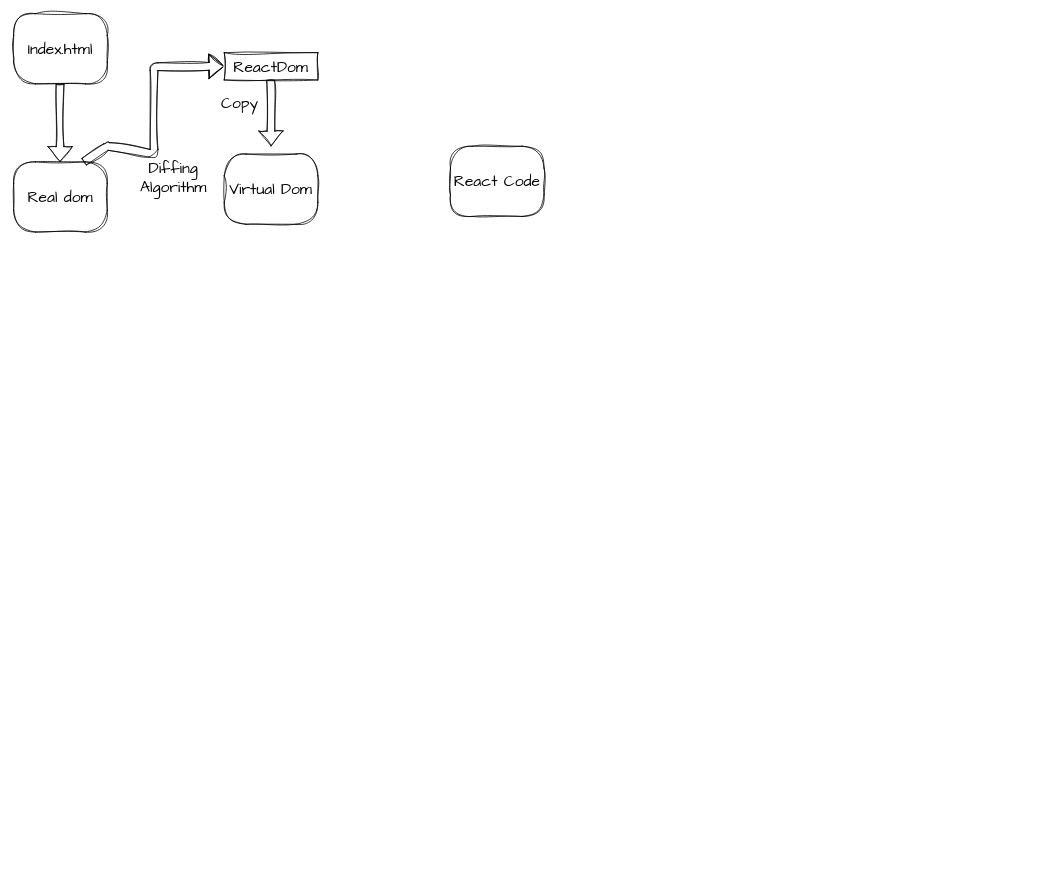
prahulk46a/ReactLearning keeps this draw.io diagram as ReactWorkFlow.drawio. Above is the earlier version. Source tidied: cells renumbered, new cells numbered last; positions are measured from the earlier drawing's top-left corner, leaving out a move shared by most shapes. Both pictures are drawn from the tidied source at 78%, with x=0, y=0 at pixel (13, 13).
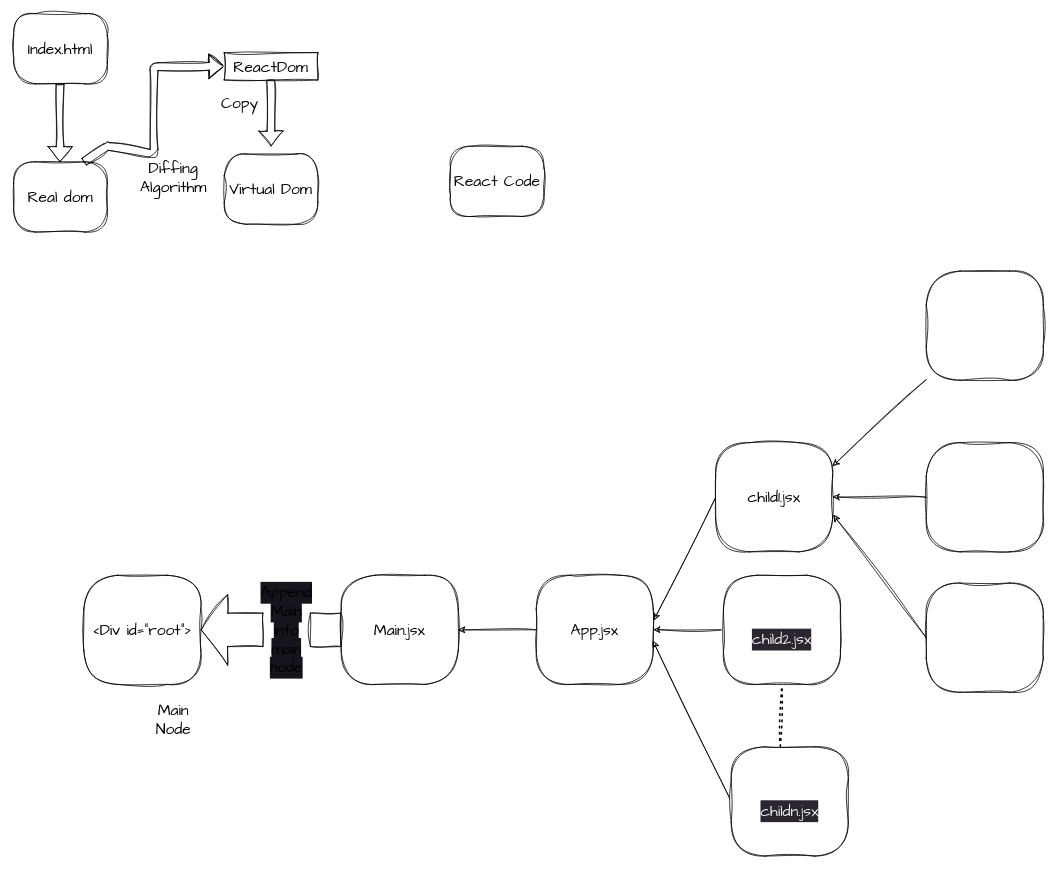
The same page after the edit.

The edit, as a diff of the source:
```diff
@@
+    <mxCell id="12" value="&amp;lt;Div id=&quot;root&quot;&amp;gt;" style="whiteSpace=wrap;html=1;rounded=1;arcSize=31;sketch=1;hachureGap=4;jiggle=2;curveFitting=1;fontFamily=Architects Daughter;fontSize=20;" parent="1" vertex="1">
+      <mxGeometry x="90" y="720" width="150" height="140" as="geometry" />
+    </mxCell>
+    <mxCell id="13" value="Main.jsx" style="whiteSpace=wrap;html=1;rounded=1;arcSize=31;sketch=1;hachureGap=4;jiggle=2;curveFitting=1;fontFamily=Architects Daughter;fontSize=20;" parent="1" vertex="1">
+      <mxGeometry x="420" y="720" width="150" height="140" as="geometry" />
+    </mxCell>
+    <mxCell id="14" style="edgeStyle=none;sketch=1;hachureGap=4;jiggle=2;curveFitting=1;html=1;exitX=0;exitY=0.5;exitDx=0;exitDy=0;entryX=1;entryY=0.5;entryDx=0;entryDy=0;fontFamily=Architects Daughter;fontSize=16;" parent="1" edge="1" source="15" target="13">
+      <mxGeometry relative="1" as="geometry" />
+    </mxCell>
+    <mxCell id="15" value="App.jsx" style="whiteSpace=wrap;html=1;rounded=1;arcSize=31;sketch=1;hachureGap=4;jiggle=2;curveFitting=1;fontFamily=Architects Daughter;fontSize=20;" parent="1" vertex="1">
+      <mxGeometry x="670" y="720" width="150" height="140" as="geometry" />
+    </mxCell>
+    <mxCell id="16" style="edgeStyle=none;sketch=1;hachureGap=4;jiggle=2;curveFitting=1;html=1;exitX=0;exitY=0.5;exitDx=0;exitDy=0;fontFamily=Architects Daughter;fontSize=16;" parent="1" edge="1" source="17">
+      <mxGeometry relative="1" as="geometry">
+        <mxPoint x="820" y="789.7" as="targetPoint" />
+      </mxGeometry>
+    </mxCell>
+    <mxCell id="17" value="&lt;br&gt;&lt;span style=&quot;color: rgb(240, 240, 240); font-family: &amp;quot;Architects Daughter&amp;quot;; font-size: 20px; font-style: normal; font-variant-ligatures: normal; font-variant-caps: normal; font-weight: 400; letter-spacing: normal; orphans: 2; text-align: center; text-indent: 0px; text-transform: none; widows: 2; word-spacing: 0px; -webkit-text-stroke-width: 0px; background-color: rgb(42, 37, 47); text-decoration-thickness: initial; text-decoration-style: initial; text-decoration-color: initial; float: none; display: inline !important;&quot;&gt;child2.jsx&lt;/span&gt;&lt;br&gt;" style="whiteSpace=wrap;html=1;rounded=1;arcSize=31;sketch=1;hachureGap=4;jiggle=2;curveFitting=1;fontFamily=Architects Daughter;fontSize=20;" parent="1" vertex="1">
+      <mxGeometry x="910" y="720" width="150" height="140" as="geometry" />
+    </mxCell>
+    <mxCell id="18" value="Main Node" style="text;html=1;strokeColor=none;fillColor=none;align=center;verticalAlign=middle;whiteSpace=wrap;rounded=0;sketch=1;hachureGap=4;jiggle=2;curveFitting=1;fontFamily=Architects Daughter;fontSize=20;" parent="1" vertex="1">
+      <mxGeometry x="175" y="890" width="60" height="30" as="geometry" />
+    </mxCell>
+    <mxCell id="19" style="shape=flexArrow;endArrow=classic;html=1;sketch=1;hachureGap=4;jiggle=2;curveFitting=1;fontFamily=Architects Daughter;fontSize=16;entryX=1;entryY=0.5;entryDx=0;entryDy=0;exitX=0;exitY=0.5;exitDx=0;exitDy=0;width=42.85714285714286;endSize=10.96;startArrow=none;endWidth=46.28571428571428;" parent="1" edge="1" source="21" target="12">
+      <mxGeometry relative="1" as="geometry" />
+    </mxCell>
+    <mxCell id="20" style="shape=flexArrow;endArrow=none;html=1;sketch=1;hachureGap=4;jiggle=2;curveFitting=1;fontFamily=Architects Daughter;fontSize=16;entryX=1;entryY=0.5;entryDx=0;entryDy=0;exitX=0;exitY=0.5;exitDx=0;exitDy=0;width=42.85714285714286;endSize=2.285714285714286;" parent="1" edge="1" source="13" target="21">
+      <mxGeometry relative="1" as="geometry" />
+    </mxCell>
+    <mxCell id="21" value="&lt;span style=&quot;background-color: rgb(24, 20, 29);&quot;&gt;Append Main into main node&lt;/span&gt;" style="text;html=1;strokeColor=none;fillColor=none;align=center;verticalAlign=middle;whiteSpace=wrap;rounded=0;sketch=1;hachureGap=4;jiggle=2;curveFitting=1;fontFamily=Architects Daughter;fontSize=20;" parent="1" vertex="1">
+      <mxGeometry x="320" y="775" width="60" height="30" as="geometry" />
+    </mxCell>
+    <mxCell id="22" style="edgeStyle=none;sketch=1;hachureGap=4;jiggle=2;curveFitting=1;html=1;exitX=0;exitY=0.5;exitDx=0;exitDy=0;entryX=1.005;entryY=0.412;entryDx=0;entryDy=0;entryPerimeter=0;fontFamily=Architects Daughter;fontSize=16;" parent="1" edge="1" source="23" target="15">
+      <mxGeometry relative="1" as="geometry" />
+    </mxCell>
+    <mxCell id="23" value="child1.jsx" style="whiteSpace=wrap;html=1;rounded=1;arcSize=31;sketch=1;hachureGap=4;jiggle=2;curveFitting=1;fontFamily=Architects Daughter;fontSize=20;" parent="1" vertex="1">
+      <mxGeometry x="900" y="550" width="150" height="140" as="geometry" />
+    </mxCell>
+    <mxCell id="24" style="edgeStyle=none;sketch=1;hachureGap=4;jiggle=2;curveFitting=1;html=1;exitX=0;exitY=0.5;exitDx=0;exitDy=0;entryX=0.998;entryY=0.602;entryDx=0;entryDy=0;entryPerimeter=0;fontFamily=Architects Daughter;fontSize=16;" parent="1" edge="1" source="25" target="15">
+      <mxGeometry relative="1" as="geometry" />
+    </mxCell>
+    <mxCell id="25" value="&lt;br&gt;&lt;span style=&quot;color: rgb(240, 240, 240); font-family: &amp;quot;Architects Daughter&amp;quot;; font-size: 20px; font-style: normal; font-variant-ligatures: normal; font-variant-caps: normal; font-weight: 400; letter-spacing: normal; orphans: 2; text-align: center; text-indent: 0px; text-transform: none; widows: 2; word-spacing: 0px; -webkit-text-stroke-width: 0px; background-color: rgb(42, 37, 47); text-decoration-thickness: initial; text-decoration-style: initial; text-decoration-color: initial; float: none; display: inline !important;&quot;&gt;childn.jsx&lt;/span&gt;&lt;br&gt;" style="whiteSpace=wrap;html=1;rounded=1;arcSize=31;sketch=1;hachureGap=4;jiggle=2;curveFitting=1;fontFamily=Architects Daughter;fontSize=20;" parent="1" vertex="1">
+      <mxGeometry x="920" y="940" width="150" height="140" as="geometry" />
+    </mxCell>
+    <mxCell id="26" style="edgeStyle=none;sketch=1;hachureGap=4;jiggle=2;curveFitting=1;html=1;fontFamily=Architects Daughter;fontSize=16;" parent="1" edge="1" source="27">
+      <mxGeometry relative="1" as="geometry">
+        <mxPoint x="1050" y="580" as="targetPoint" />
+      </mxGeometry>
+    </mxCell>
+    <mxCell id="27" style="whiteSpace=wrap;html=1;rounded=1;arcSize=31;sketch=1;hachureGap=4;jiggle=2;curveFitting=1;fontFamily=Architects Daughter;fontSize=20;" parent="1" vertex="1">
+      <mxGeometry x="1170" y="330" width="150" height="140" as="geometry" />
+    </mxCell>
+    <mxCell id="28" style="edgeStyle=none;sketch=1;hachureGap=4;jiggle=2;curveFitting=1;html=1;exitX=0;exitY=0.5;exitDx=0;exitDy=0;fontFamily=Architects Daughter;fontSize=16;" parent="1" edge="1" source="29">
+      <mxGeometry relative="1" as="geometry">
+        <mxPoint x="1050" y="619.7" as="targetPoint" />
+      </mxGeometry>
+    </mxCell>
+    <mxCell id="29" style="whiteSpace=wrap;html=1;rounded=1;arcSize=31;sketch=1;hachureGap=4;jiggle=2;curveFitting=1;fontFamily=Architects Daughter;fontSize=20;" parent="1" vertex="1">
+      <mxGeometry x="1170" y="550" width="150" height="140" as="geometry" />
+    </mxCell>
+    <mxCell id="30" style="edgeStyle=none;sketch=1;hachureGap=4;jiggle=2;curveFitting=1;html=1;exitX=0;exitY=0.5;exitDx=0;exitDy=0;entryX=1.006;entryY=0.663;entryDx=0;entryDy=0;fontFamily=Architects Daughter;fontSize=16;entryPerimeter=0;" parent="1" edge="1" source="31" target="23">
+      <mxGeometry relative="1" as="geometry" />
+    </mxCell>
+    <mxCell id="31" style="whiteSpace=wrap;html=1;rounded=1;arcSize=31;sketch=1;hachureGap=4;jiggle=2;curveFitting=1;fontFamily=Architects Daughter;fontSize=20;" parent="1" vertex="1">
+      <mxGeometry x="1170" y="730" width="150" height="140" as="geometry" />
+    </mxCell>
+    <mxCell id="32" style="endArrow=none;dashed=1;html=1;dashPattern=1 3;strokeWidth=2;sketch=1;hachureGap=4;jiggle=2;curveFitting=1;fontFamily=Architects Daughter;fontSize=16;exitX=0.42;exitY=-0.004;exitDx=0;exitDy=0;exitPerimeter=0;entryX=0.5;entryY=1;entryDx=0;entryDy=0;" parent="1" edge="1" source="25" target="17">
+      <mxGeometry relative="1" as="geometry" />
+    </mxCell>
```
